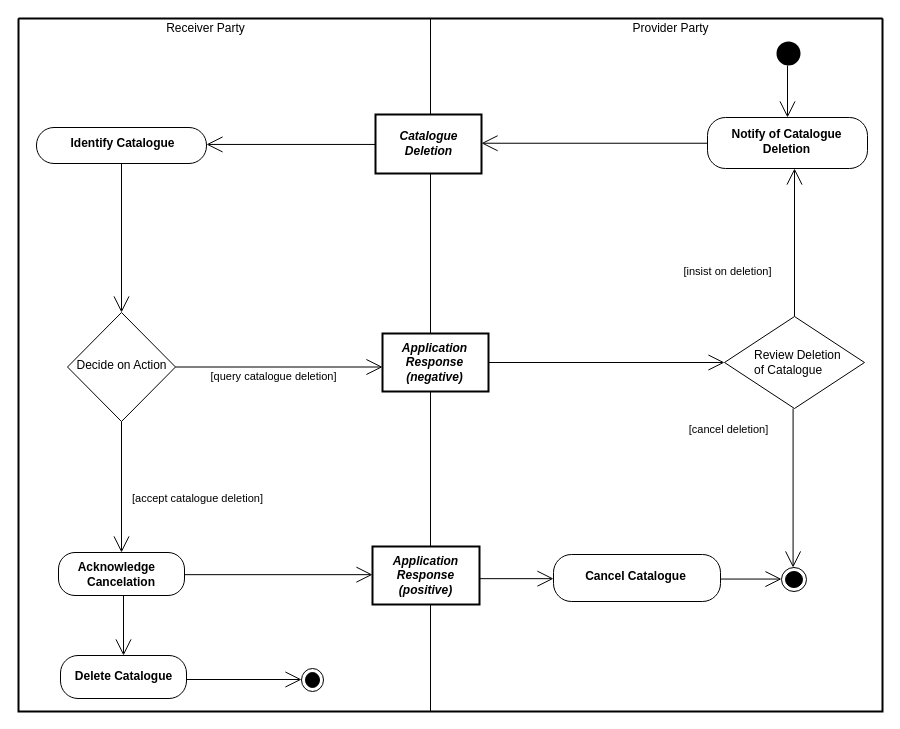
Above: diagrams/UBL-2.0-DeleteCatalogueProcess/UBL-2.0-DeleteCatalogueProcess.drawio in kduvekot/ubl-work-on-svg-images (draw.io), before the change. Source tidied: cells renumbered, new cells numbered last; positions are measured from the earlier drawing's top-left corner, leaving out a move shared by most shapes. Both pictures are drawn from the tidied source at 100%, with x=0, y=0 at pixel (18, 18).
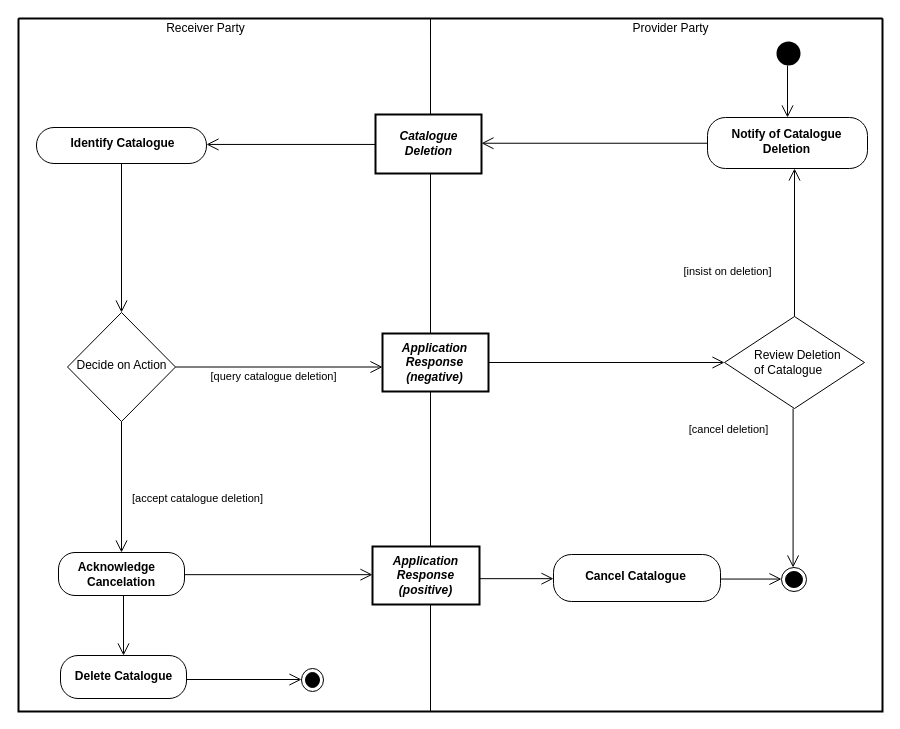
Above is the later version.

Unchanged cells that the change refers to:
```xml
<mxCell id="2" style="swimlane;html=1;startSize=0;whiteSpace=wrap;fillColor=none;strokeWidth=2;" parent="1" vertex="1">
  <mxGeometry width="864" height="693" as="geometry" />
</mxCell>
<mxCell id="3" value="Receiver Party" style="swimlane;horizontal=1;startSize=20;swimlaneLine=0;html=1;fillColor=none;fontStyle=0;spacing=0;spacingRight=38;" parent="2" vertex="1">
  <mxGeometry width="412" height="693" as="geometry" />
</mxCell>
<mxCell id="4" value="Provider Party" style="swimlane;horizontal=1;startSize=20;swimlaneLine=0;html=1;fillColor=none;fontStyle=0;spacing=0;spacingLeft=28;" parent="2" vertex="1">
  <mxGeometry x="412" width="452" height="693" as="geometry" />
</mxCell>
<mxCell id="5" style="ellipse;shape=startState;fillColor=#000000;strokeColor=none;html=1;" parent="4" vertex="1">
  <mxGeometry x="342" y="19" width="32" height="32" as="geometry" />
</mxCell>
<mxCell id="6" value="Catalogue&lt;br&gt;Deletion" style="rounded=0;html=1;whiteSpace=nowrap;fontStyle=3;align=center;verticalAlign=middle;spacing=0;spacingBottom=2;strokeWidth=2;" parent="4" vertex="1">
  <mxGeometry x="-55" y="96" width="106" height="59" as="geometry" />
</mxCell>
<mxCell id="7" value="Notify of Catalogue&lt;br&gt;Deletion" style="rounded=1;absoluteArcSize=1;arcSize=36;html=1;whiteSpace=nowrap;fontStyle=1;align=center;verticalAlign=middle;spacing=0;spacingRight=2;spacingBottom=4;" parent="4" vertex="1">
  <mxGeometry x="277" y="99" width="160" height="51" as="geometry" />
</mxCell>
<mxCell id="8" value="Identify Catalogue" style="rounded=1;absoluteArcSize=1;arcSize=35;html=1;whiteSpace=nowrap;fontStyle=1;align=center;verticalAlign=middle;spacing=0;spacingLeft=1;spacingBottom=4;" parent="3" vertex="1">
  <mxGeometry x="18" y="109" width="170" height="36" as="geometry" />
</mxCell>
<mxCell id="9" value="Decide on Action" style="rhombus;html=1;whiteSpace=nowrap;fontStyle=0;align=center;verticalAlign=middle;spacing=0;spacingBottom=3;" parent="3" vertex="1">
  <mxGeometry x="49" y="294" width="108" height="109" as="geometry" />
</mxCell>
<mxCell id="10" value="Review Deletion&lt;br&gt;of Catalogue" style="rhombus;html=1;whiteSpace=nowrap;fontStyle=0;align=left;verticalAlign=middle;spacing=0;spacingLeft=30;spacingBottom=1;" parent="4" vertex="1">
  <mxGeometry x="294" y="298" width="140" height="92" as="geometry" />
</mxCell>
<mxCell id="11" value="Application&lt;br&gt;Response&lt;br&gt;(negative)" style="rounded=0;html=1;whiteSpace=nowrap;fontStyle=3;align=center;verticalAlign=middle;spacing=0;spacingRight=2;strokeWidth=2;" parent="4" vertex="1">
  <mxGeometry x="-48" y="315" width="106" height="58" as="geometry" />
</mxCell>
<mxCell id="12" value="Application&lt;br&gt;Response&lt;br&gt;(positive)" style="rounded=0;html=1;whiteSpace=nowrap;fontStyle=3;align=center;verticalAlign=middle;spacing=0;spacingRight=2;spacingBottom=1;strokeWidth=2;" parent="4" vertex="1">
  <mxGeometry x="-58" y="528" width="107" height="58" as="geometry" />
</mxCell>
<mxCell id="13" value="Acknowledge&lt;br&gt;Cancelation" style="rounded=1;absoluteArcSize=1;arcSize=33;html=1;whiteSpace=nowrap;fontStyle=1;align=right;verticalAlign=middle;spacing=0;spacingRight=30;" parent="3" vertex="1">
  <mxGeometry x="40" y="534" width="126" height="43" as="geometry" />
</mxCell>
<mxCell id="14" value="Cancel Catalogue" style="rounded=1;absoluteArcSize=1;arcSize=36;html=1;whiteSpace=nowrap;fontStyle=1;align=center;verticalAlign=middle;spacing=0;spacingRight=3;spacingBottom=4;" parent="4" vertex="1">
  <mxGeometry x="123" y="536" width="167" height="47" as="geometry" />
</mxCell>
<mxCell id="15" style="ellipse;shape=endState;fillColor=#000000;html=1;" parent="4" vertex="1">
  <mxGeometry x="351" y="549" width="25" height="24" as="geometry" />
</mxCell>
<mxCell id="16" value="Delete Catalogue" style="rounded=1;absoluteArcSize=1;arcSize=35;html=1;whiteSpace=nowrap;fontStyle=1;align=center;verticalAlign=middle;spacing=0;spacingRight=1;spacingBottom=2;" parent="3" vertex="1">
  <mxGeometry x="42" y="637" width="126" height="43" as="geometry" />
</mxCell>
<mxCell id="17" style="ellipse;shape=endState;fillColor=#000000;html=1;" parent="3" vertex="1">
  <mxGeometry x="283" y="650" width="22" height="23" as="geometry" />
</mxCell>
```

What changed in the source:
```diff
@@
-    <mxCell id="18" style="edgeStyle=none;rounded=0;html=1;endArrow=open;endFill=0;endSize=14;exitPerimeter=0;entryX=0.5;entryY=0;entryPerimeter=0;exitX=0.46875;exitY=0.875;" parent="4" edge="1" source="5" target="7">
+    <mxCell id="18" style="edgeStyle=none;rounded=0;html=1;endArrow=open;endFill=0;endSize=10;exitPerimeter=0;entryX=0.5;entryY=0;entryPerimeter=0;exitX=0.46875;exitY=0.875;" parent="4" edge="1" source="5" target="7">
       <mxGeometry relative="1" as="geometry" />
     </mxCell>
-    <mxCell id="19" style="edgeStyle=none;rounded=0;html=1;endArrow=open;endFill=0;endSize=14;exitPerimeter=0;entryX=1;entryY=0.4872;entryPerimeter=0;exitX=0;exitY=0.5048;" parent="4" edge="1" source="7" target="6">
+    <mxCell id="19" style="edgeStyle=none;rounded=0;html=1;endArrow=open;endFill=0;endSize=10;exitPerimeter=0;entryX=1;entryY=0.4872;entryPerimeter=0;exitX=0;exitY=0.5048;" parent="4" edge="1" source="7" target="6">
       <mxGeometry relative="1" as="geometry" />
     </mxCell>
-    <mxCell id="20" style="edgeStyle=none;rounded=0;html=1;endArrow=open;endFill=0;endSize=14;exitPerimeter=0;entryX=1;entryY=0.4706;entryPerimeter=0;exitX=0;exitY=0.507485;" parent="2" edge="1" source="6" target="8">
+    <mxCell id="20" style="edgeStyle=none;rounded=0;html=1;endArrow=open;endFill=0;endSize=10;exitPerimeter=0;entryX=1;entryY=0.4706;entryPerimeter=0;exitX=0;exitY=0.507485;" parent="2" edge="1" source="6" target="8">
       <mxGeometry relative="1" as="geometry" />
     </mxCell>
-    <mxCell id="21" style="edgeStyle=none;rounded=0;html=1;endArrow=open;endFill=0;endSize=14;exitX=0.5;exitY=1;exitPerimeter=0;entryX=0.5;entryY=0;entryPerimeter=0;" parent="3" edge="1" source="8" target="9">
+    <mxCell id="21" style="edgeStyle=none;rounded=0;html=1;endArrow=open;endFill=0;endSize=10;exitX=0.5;exitY=1;exitPerimeter=0;entryX=0.5;entryY=0;entryPerimeter=0;" parent="3" edge="1" source="8" target="9">
       <mxGeometry relative="1" as="geometry" />
     </mxCell>
-    <mxCell id="22" value="[insist on deletion]" style="edgeStyle=none;rounded=0;html=1;endArrow=open;endFill=0;endSize=14;exitX=0.5;exitY=0;exitPerimeter=0;entryPerimeter=0;fontStyle=0;align=center;verticalAlign=middle;labelBackgroundColor=none;entryX=0.54375;entryY=1;" parent="4" edge="1" source="10" target="7">
+    <mxCell id="22" value="[insist on deletion]" style="edgeStyle=none;rounded=0;html=1;endArrow=open;endFill=0;endSize=10;exitX=0.5;exitY=0;exitPerimeter=0;entryPerimeter=0;fontStyle=0;align=center;verticalAlign=middle;labelBackgroundColor=none;entryX=0.54375;entryY=1;" parent="4" edge="1" source="10" target="7">
       <mxGeometry x="-0.39" relative="1" as="geometry">
         <mxPoint x="-67" as="offset" />
       </mxGeometry>
     </mxCell>
-    <mxCell id="23" style="edgeStyle=none;rounded=0;html=1;endArrow=open;endFill=0;endSize=14;exitX=1;exitY=0.5;exitPerimeter=0;entryX=0;entryY=0.5;entryPerimeter=0;" parent="4" edge="1" source="11" target="10">
+    <mxCell id="23" style="edgeStyle=none;rounded=0;html=1;endArrow=open;endFill=0;endSize=10;exitX=1;exitY=0.5;exitPerimeter=0;entryX=0;entryY=0.5;entryPerimeter=0;" parent="4" edge="1" source="11" target="10">
       <mxGeometry relative="1" as="geometry" />
     </mxCell>
-    <mxCell id="24" value="[query catalogue deletion]" style="edgeStyle=none;rounded=0;html=1;endArrow=open;endFill=0;endSize=14;exitX=1;exitY=0.5;exitPerimeter=0;entryPerimeter=0;fontStyle=0;align=center;verticalAlign=middle;labelBackgroundColor=none;entryX=0;entryY=0.577586;" parent="2" edge="1" source="9" target="11">
+    <mxCell id="24" value="[query catalogue deletion]" style="edgeStyle=none;rounded=0;html=1;endArrow=open;endFill=0;endSize=10;exitX=1;exitY=0.5;exitPerimeter=0;entryPerimeter=0;fontStyle=0;align=center;verticalAlign=middle;labelBackgroundColor=none;entryX=0;entryY=0.577586;" parent="2" edge="1" source="9" target="11">
       <mxGeometry x="-0.05" relative="1" as="geometry">
         <mxPoint y="10" as="offset" />
       </mxGeometry>
     </mxCell>
-    <mxCell id="25" value="[cancel deletion]" style="edgeStyle=none;rounded=0;html=1;endArrow=open;endFill=0;endSize=14;exitPerimeter=0;entryX=0.4637;entryY=0;entryPerimeter=0;fontStyle=0;align=center;verticalAlign=middle;labelBackgroundColor=none;exitX=0.489946;exitY=1;" parent="4" edge="1" source="10" target="15">
+    <mxCell id="25" value="[cancel deletion]" style="edgeStyle=none;rounded=0;html=1;endArrow=open;endFill=0;endSize=10;exitPerimeter=0;entryX=0.4637;entryY=0;entryPerimeter=0;fontStyle=0;align=center;verticalAlign=middle;labelBackgroundColor=none;exitX=0.489946;exitY=1;" parent="4" edge="1" source="10" target="15">
       <mxGeometry x="-0.73" relative="1" as="geometry">
         <mxPoint x="-65" as="offset" />
       </mxGeometry>
     </mxCell>
-    <mxCell id="26" value="[accept catalogue deletion]" style="edgeStyle=none;rounded=0;html=1;endArrow=open;endFill=0;endSize=14;exitX=0.5;exitY=1;exitPerimeter=0;entryX=0.5;entryY=0;entryPerimeter=0;fontStyle=0;align=center;verticalAlign=middle;labelBackgroundColor=none;" parent="3" edge="1" source="9" target="13">
+    <mxCell id="26" value="[accept catalogue deletion]" style="edgeStyle=none;rounded=0;html=1;endArrow=open;endFill=0;endSize=10;exitX=0.5;exitY=1;exitPerimeter=0;entryX=0.5;entryY=0;entryPerimeter=0;fontStyle=0;align=center;verticalAlign=middle;labelBackgroundColor=none;" parent="3" edge="1" source="9" target="13">
       <mxGeometry x="0.17" relative="1" as="geometry">
         <mxPoint x="76" as="offset" />
       </mxGeometry>
     </mxCell>
-    <mxCell id="27" style="edgeStyle=none;rounded=0;html=1;endArrow=open;endFill=0;endSize=14;exitPerimeter=0;entryX=0;entryY=0.4855;entryPerimeter=0;exitX=1;exitY=0.515326;" parent="2" edge="1" source="13" target="12">
+    <mxCell id="27" style="edgeStyle=none;rounded=0;html=1;endArrow=open;endFill=0;endSize=10;exitPerimeter=0;entryX=0;entryY=0.4855;entryPerimeter=0;exitX=1;exitY=0.515326;" parent="2" edge="1" source="13" target="12">
       <mxGeometry relative="1" as="geometry" />
     </mxCell>
-    <mxCell id="28" style="edgeStyle=none;rounded=0;html=1;endArrow=open;endFill=0;endSize=14;exitPerimeter=0;entryX=0;entryY=0.514;entryPerimeter=0;exitX=1;exitY=0.554448;" parent="4" edge="1" source="12" target="14">
+    <mxCell id="28" style="edgeStyle=none;rounded=0;html=1;endArrow=open;endFill=0;endSize=10;exitPerimeter=0;entryX=0;entryY=0.514;entryPerimeter=0;exitX=1;exitY=0.554448;" parent="4" edge="1" source="12" target="14">
       <mxGeometry relative="1" as="geometry" />
     </mxCell>
-    <mxCell id="29" style="edgeStyle=none;rounded=0;html=1;endArrow=open;endFill=0;endSize=14;exitPerimeter=0;entryX=0;entryY=0.4816;entryPerimeter=0;exitX=1;exitY=0.522519;" parent="4" edge="1" source="14" target="15">
+    <mxCell id="29" style="edgeStyle=none;rounded=0;html=1;endArrow=open;endFill=0;endSize=10;exitPerimeter=0;entryX=0;entryY=0.4816;entryPerimeter=0;exitX=1;exitY=0.522519;" parent="4" edge="1" source="14" target="15">
       <mxGeometry relative="1" as="geometry" />
     </mxCell>
-    <mxCell id="30" style="edgeStyle=none;rounded=0;html=1;endArrow=open;endFill=0;endSize=14;exitPerimeter=0;entryX=0.5;entryY=0;entryPerimeter=0;exitX=0.515873;exitY=1;" parent="3" edge="1" source="13" target="16">
+    <mxCell id="30" style="edgeStyle=none;rounded=0;html=1;endArrow=open;endFill=0;endSize=10;exitPerimeter=0;entryX=0.5;entryY=0;entryPerimeter=0;exitX=0.515873;exitY=1;" parent="3" edge="1" source="13" target="16">
       <mxGeometry relative="1" as="geometry" />
     </mxCell>
-    <mxCell id="31" style="edgeStyle=none;rounded=0;html=1;endArrow=open;endFill=0;endSize=14;exitPerimeter=0;entryX=0;entryY=0.4781;entryPerimeter=0;exitX=1;exitY=0.558053;" parent="3" edge="1" source="16" target="17">
+    <mxCell id="31" style="edgeStyle=none;rounded=0;html=1;endArrow=open;endFill=0;endSize=10;exitPerimeter=0;entryX=0;entryY=0.4781;entryPerimeter=0;exitX=1;exitY=0.558053;" parent="3" edge="1" source="16" target="17">
       <mxGeometry relative="1" as="geometry" />
     </mxCell>
```
